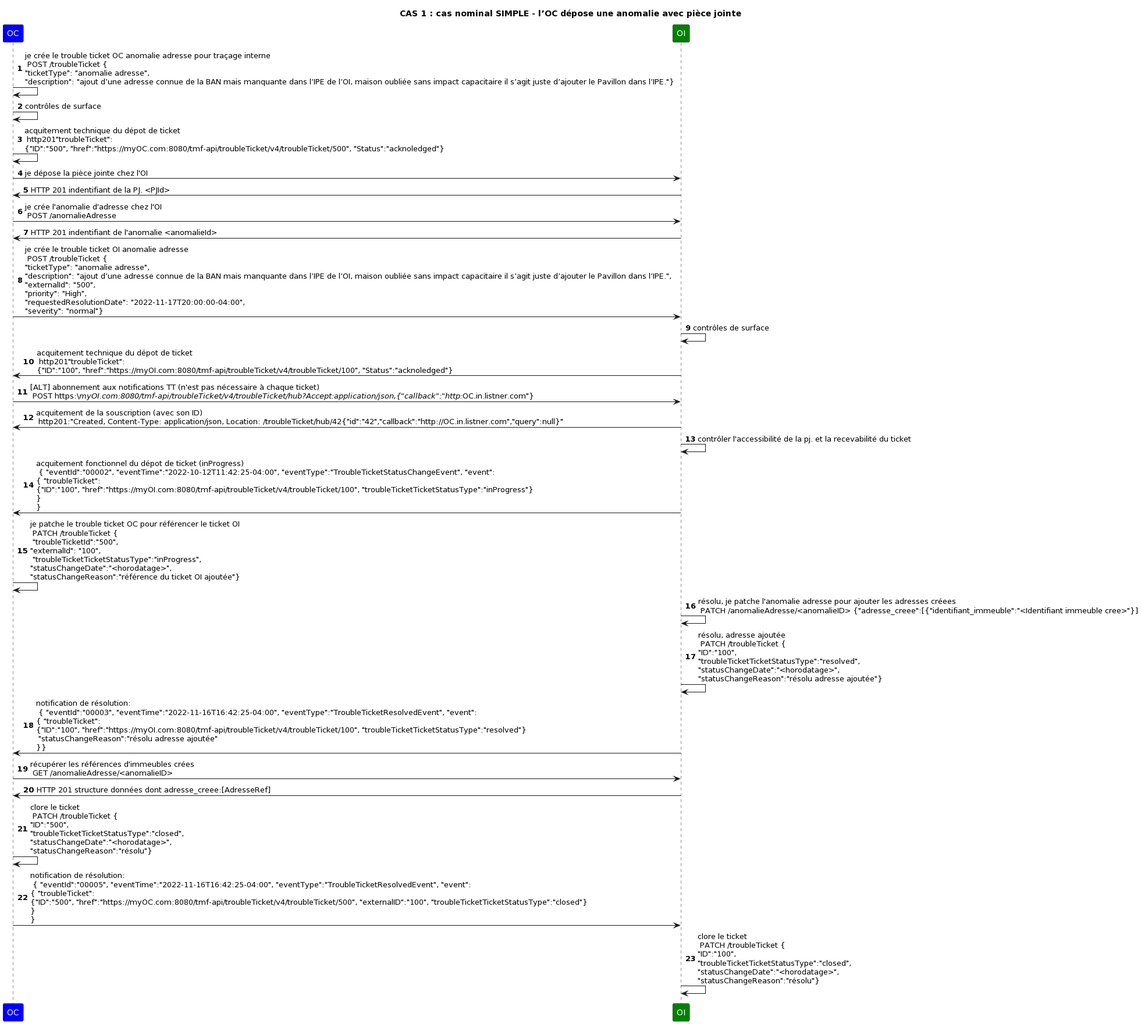
Above: UC1_nominal.png in before-interop/anomalieAdresse (PlantUML), before the change.
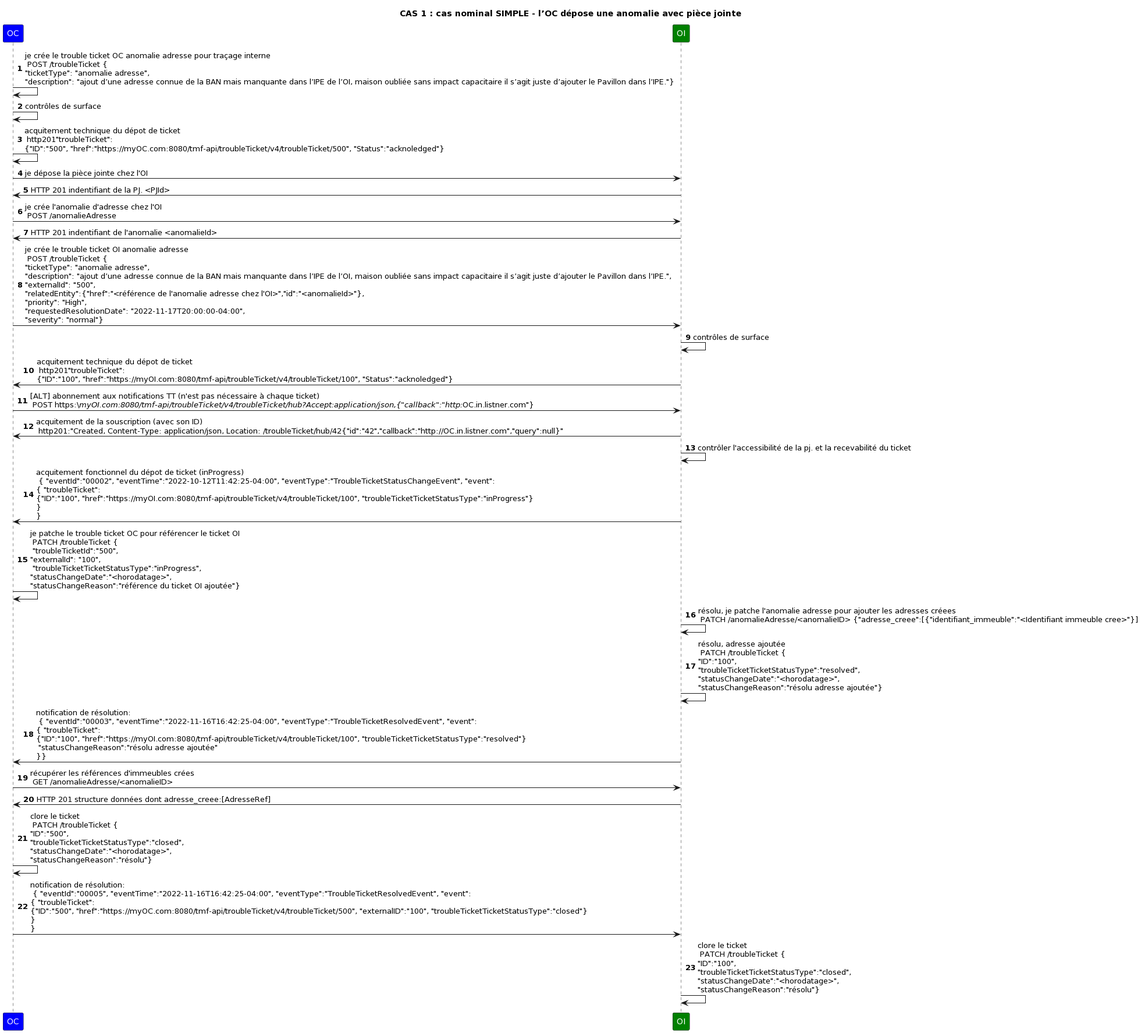
Above is the later version.

Commit message:
ajout relatedEntity anomalie dans le ticket OI par l'OC

Change to the diagram source:
```diff
@@ -19,7 +19,7 @@
 OI->OC: HTTP 201 indentifiant de l'anomalie <anomalieId>
 
 
-OC->OI: je crée le trouble ticket OI anomalie adresse \n POST /troubleTicket {\n"ticketType": "anomalie adresse",\n"description": "ajout d’une adresse connue de la BAN mais manquante dans l’IPE de l’OI, maison oubliée sans impact capacitaire il s’agit juste d’ajouter le Pavillon dans l’IPE.",\n"externalId": "500",\n"priority": "High",\n"requestedResolutionDate": "2022-11-17T20:00:00-04:00",\n"severity": "normal"}
+OC->OI: je crée le trouble ticket OI anomalie adresse \n POST /troubleTicket {\n"ticketType": "anomalie adresse",\n"description": "ajout d’une adresse connue de la BAN mais manquante dans l’IPE de l’OI, maison oubliée sans impact capacitaire il s’agit juste d’ajouter le Pavillon dans l’IPE.",\n"externalId": "500",\n"relatedEntity":{"href":"<référence de l'anomalie adresse chez l'OI>","id":"<anomalieId>"},\n"priority": "High",\n"requestedResolutionDate": "2022-11-17T20:00:00-04:00",\n"severity": "normal"}
 
 OI->OI: contrôles de surface
 
```
